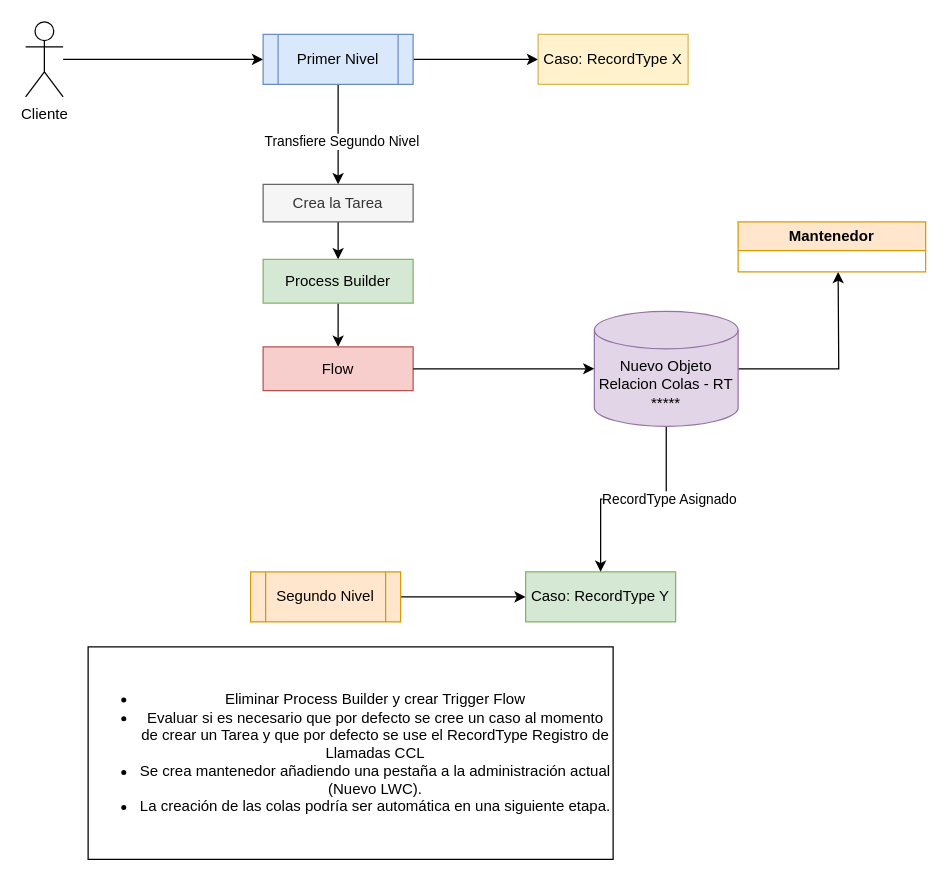
The draw.io diagram Modelo Derivacion Casos.drawio in nonate/personalProject, before the edit. Source tidied: cells renumbered, new cells numbered last; positions are measured from the earlier drawing's top-left corner, leaving out a move shared by most shapes. Both pictures are drawn from the tidied source at 125%, with x=0, y=0 at pixel (25, 21).
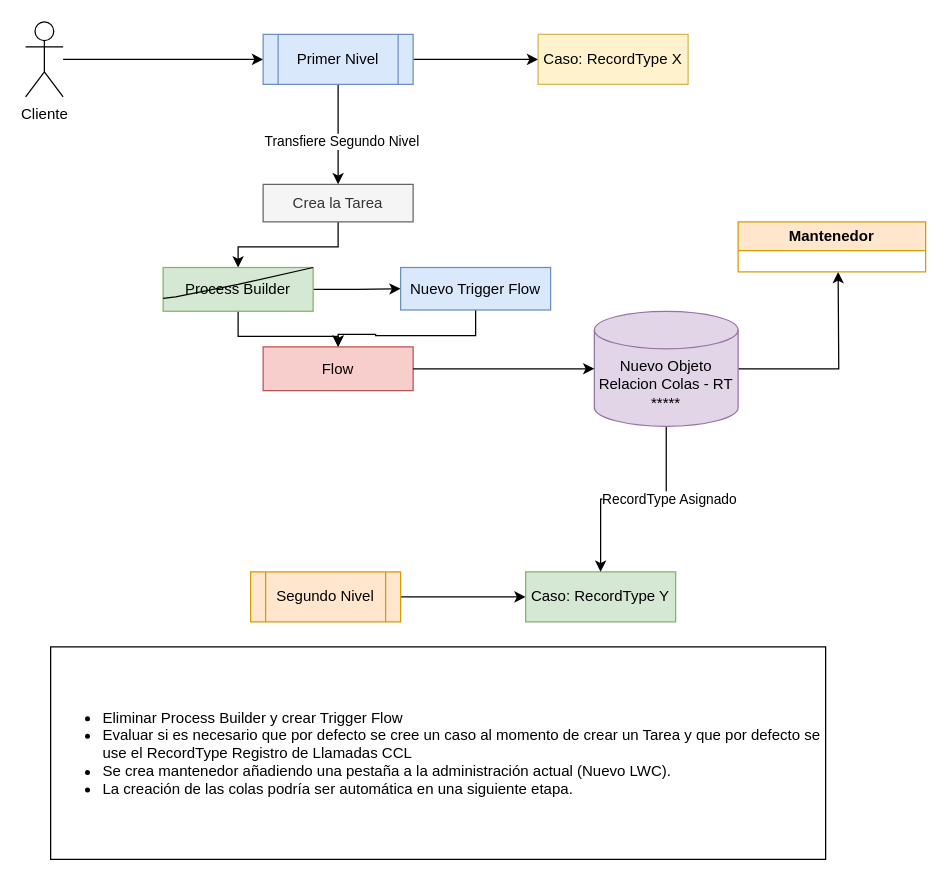
After the change.

The change refers to these unchanged cells:
```xml
<mxCell id="16" value="Flow" style="whiteSpace=wrap;html=1;rounded=0;fillColor=#f8cecc;strokeColor=#b85450;" parent="1" vertex="1">
  <mxGeometry x="190" y="260" width="120" height="35" as="geometry" />
</mxCell>
```

What changed in the source:
```diff
@@
+    <mxCell id="24" style="edgeStyle=orthogonalEdgeStyle;rounded=0;jettySize=auto;html=1;" parent="1" edge="1" source="15" target="26">
+      <mxGeometry relative="1" as="geometry" />
+    </mxCell>
     <mxCell id="15" value="Process Builder" style="whiteSpace=wrap;html=1;rounded=0;fillColor=#d5e8d4;strokeColor=#82b366;" parent="1" vertex="1">
-      <mxGeometry x="190" y="190" width="120" height="35" as="geometry" />
+      <mxGeometry x="110" y="196.5" width="120" height="35" as="geometry" />
     </mxCell>
@@
-    <mxCell id="22" value="&lt;ul&gt;&lt;li&gt;Eliminar Process Builder y crear Trigger Flow&lt;/li&gt;&lt;li&gt;Evaluar si es necesario que por defecto se cree un caso al momento de crear un Tarea y que por defecto se use el RecordType Registro de Llamadas CCL&lt;/li&gt;&lt;li&gt;Se crea mantenedor añadiendo una pestaña a la administración actual (Nuevo LWC).&lt;/li&gt;&lt;li&gt;La creación de las colas podría ser automática en una siguiente etapa.&lt;/li&gt;&lt;/ul&gt;" style="rounded=0;whiteSpace=wrap;html=1;" parent="1" vertex="1">
-      <mxGeometry x="50" y="500" width="420" height="170" as="geometry" />
+    <mxCell id="22" value="&lt;ul&gt;&lt;li&gt;Eliminar Process Builder y crear Trigger Flow&lt;/li&gt;&lt;li&gt;Evaluar si es necesario que por defecto se cree un caso al momento de crear un Tarea y que por defecto se use el RecordType Registro de Llamadas CCL&lt;/li&gt;&lt;li&gt;Se crea mantenedor añadiendo una pestaña a la administración actual (Nuevo LWC).&lt;/li&gt;&lt;li&gt;La creación de las colas podría ser automática en una siguiente etapa.&lt;/li&gt;&lt;/ul&gt;" style="rounded=0;whiteSpace=wrap;html=1;align=left;" parent="1" vertex="1">
+      <mxGeometry x="20" y="500" width="620" height="170" as="geometry" />
     </mxCell>
@@
+    <mxCell id="25" style="edgeStyle=orthogonalEdgeStyle;rounded=0;jettySize=auto;html=1;" parent="1" edge="1" source="26" target="16">
+      <mxGeometry relative="1" as="geometry">
+        <Array as="points">
+          <mxPoint x="360" y="251" />
+          <mxPoint x="280" y="251" />
+          <mxPoint x="280" y="250" />
+          <mxPoint x="250" y="250" />
+        </Array>
+      </mxGeometry>
+    </mxCell>
+    <mxCell id="26" value="Nuevo Trigger Flow" style="whiteSpace=wrap;html=1;fillColor=#dae8fc;strokeColor=#6c8ebf;rounded=0;" parent="1" vertex="1">
+      <mxGeometry x="300" y="196.5" width="120" height="34" as="geometry" />
+    </mxCell>
+    <mxCell id="27" style="endArrow=none;html=1;rounded=0;entryX=1;entryY=0;entryDx=0;entryDy=0;" parent="1" edge="1" source="15" target="15">
+      <mxGeometry relative="1" as="geometry">
+        <Array as="points">
+          <mxPoint x="120" y="220" />
+          <mxPoint x="170" y="210" />
+        </Array>
+      </mxGeometry>
+    </mxCell>
```
